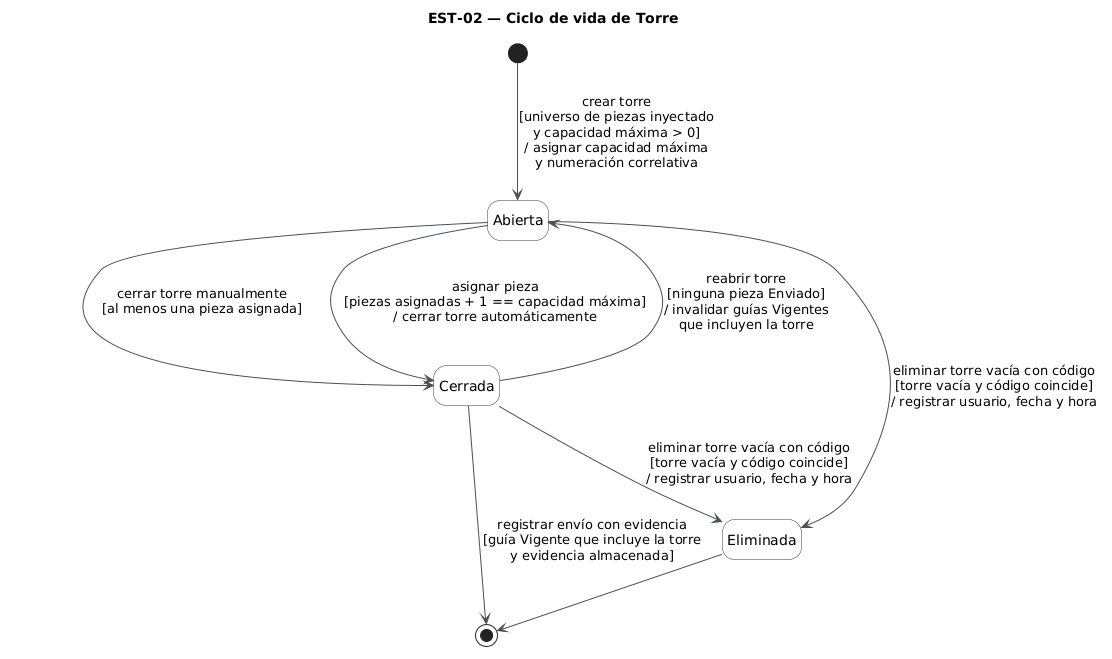
Foyzen-Kaze/snapsip keeps this PlantUML diagram as diagramas/est-02.png. Above is the earlier version.
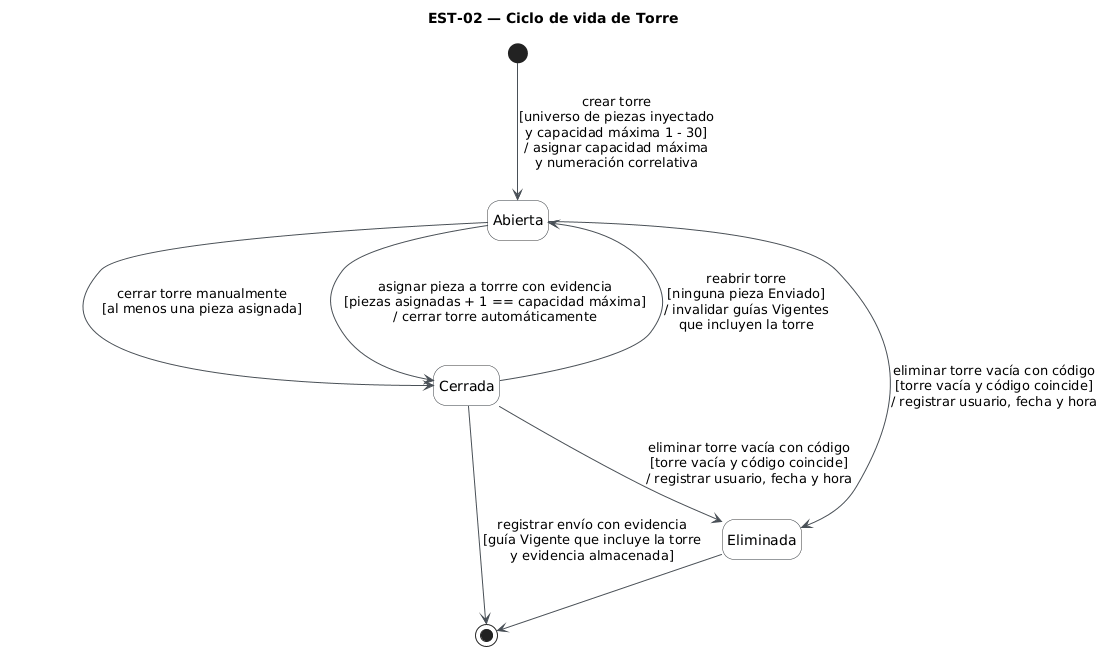
After the commit.

Commit message:
Correccion de diagramas y sus tablas

The edit, as a diff of the source:
```diff
@@ -10,12 +10,12 @@
   EndColor #343A40
 }
 
-[*] --> Abierta : crear torre\n[universo de piezas inyectado\ny capacidad máxima > 0]\n/ asignar capacidad máxima\ny numeración correlativa
+[*] --> Abierta : crear torre\n[universo de piezas inyectado\ny capacidad máxima 1 - 30]\n/ asignar capacidad máxima\ny numeración correlativa
 
 
 Abierta --> Cerrada : cerrar torre manualmente\n[al menos una pieza asignada]
 
-Abierta --> Cerrada : asignar pieza\n[piezas asignadas + 1 == capacidad máxima]\n/ cerrar torre automáticamente
+Abierta --> Cerrada : asignar pieza a torrre con evidencia\n[piezas asignadas + 1 == capacidad máxima]\n/ cerrar torre automáticamente
 
 Cerrada --> Abierta : reabrir torre\n[ninguna pieza Enviado]\n/ invalidar guías Vigentes\nque incluyen la torre
 
```
